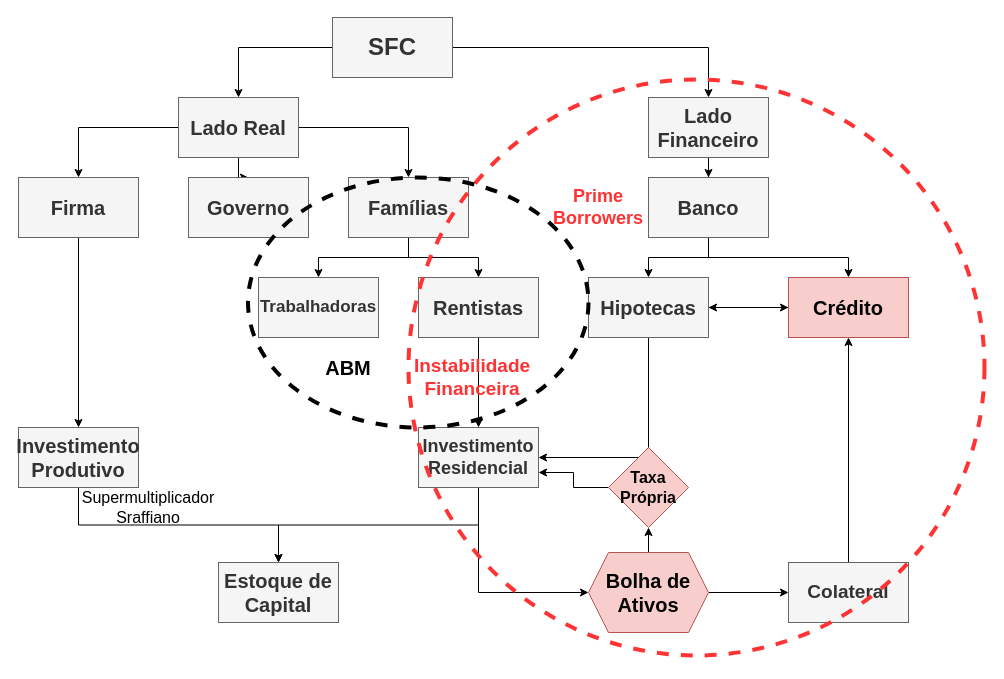
The draw.io diagram Fapesp/AB_SFC.drawio in gpetrini/PhD, before the edit. Source tidied: cells renumbered, new cells numbered last; positions are measured from the earlier drawing's top-left corner, leaving out a move shared by most shapes. Both pictures are drawn from the tidied source at 100%, with x=0, y=0 at pixel (18, 17).
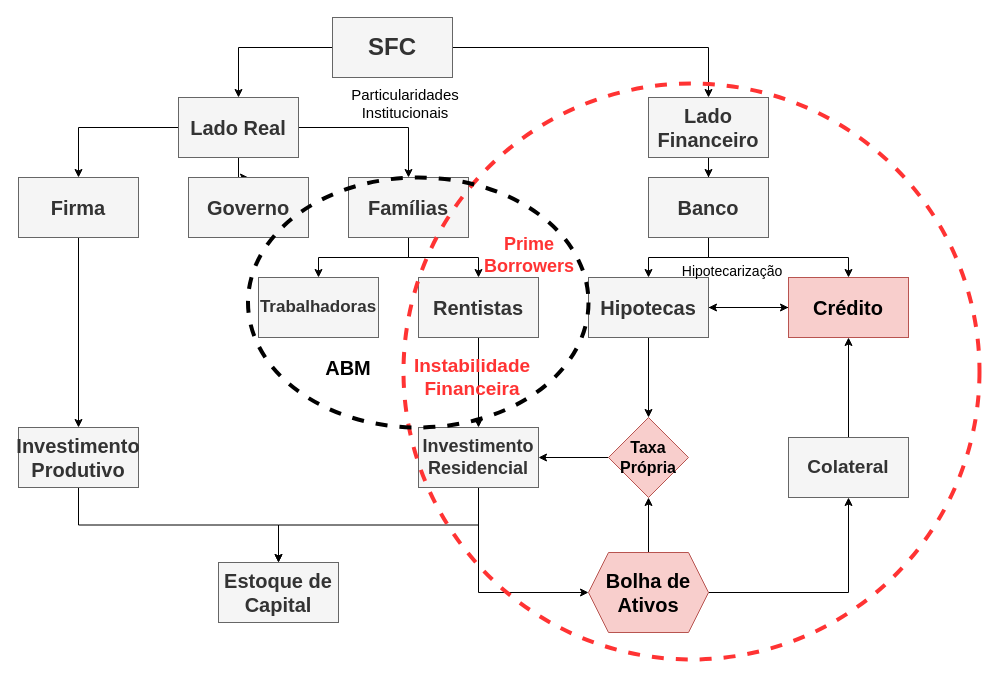
The same diagram, later.

Unchanged cells that the change refers to:
```xml
<mxCell id="27" value="&lt;div style=&quot;font-size: 18px&quot;&gt;&lt;font style=&quot;font-size: 18px&quot;&gt;&lt;b&gt;Investimento&lt;/b&gt;&lt;/font&gt;&lt;/div&gt;&lt;div style=&quot;font-size: 18px&quot;&gt;&lt;font style=&quot;font-size: 18px&quot;&gt;&lt;b&gt;Residencial&lt;/b&gt;&lt;/font&gt;&lt;/div&gt;" style="whiteSpace=wrap;html=1;rounded=0;fontColor=#333333;strokeColor=#666666;fillColor=#f5f5f5;" parent="1" vertex="1">
  <mxGeometry x="400" y="410" width="120" height="60" as="geometry" />
</mxCell>
<mxCell id="30" value="&lt;div style=&quot;font-size: 20px&quot;&gt;&lt;b&gt;&lt;font style=&quot;font-size: 20px&quot;&gt;Hipotecas&lt;/font&gt;&lt;/b&gt;&lt;/div&gt;" style="whiteSpace=wrap;html=1;rounded=0;fontColor=#333333;strokeColor=#666666;fillColor=#f5f5f5;" parent="1" vertex="1">
  <mxGeometry x="570" y="260" width="120" height="60" as="geometry" />
</mxCell>
<mxCell id="34" value="&lt;div style=&quot;font-size: 20px&quot;&gt;&lt;font style=&quot;font-size: 20px&quot;&gt;&lt;b&gt;Bolha de&lt;/b&gt;&lt;/font&gt;&lt;/div&gt;&lt;div style=&quot;font-size: 20px&quot;&gt;&lt;font style=&quot;font-size: 20px&quot;&gt;&lt;b&gt;Ativos&lt;br&gt;&lt;/b&gt;&lt;/font&gt;&lt;/div&gt;" style="shape=hexagon;perimeter=hexagonPerimeter2;whiteSpace=wrap;html=1;fixedSize=1;fillColor=#f8cecc;strokeColor=#b85450;" parent="1" vertex="1">
  <mxGeometry x="570" y="535" width="120" height="80" as="geometry" />
</mxCell>
```

Diff of the diagram source:
```diff
@@
-    <mxCell id="28" style="edgeStyle=orthogonalEdgeStyle;rounded=0;jettySize=auto;html=1;exitX=0.5;exitY=1;exitDx=0;exitDy=0;entryX=1;entryY=0.5;entryDx=0;entryDy=0;" parent="1" edge="1" source="30" target="27">
-      <mxGeometry relative="1" as="geometry" />
-    </mxCell>
@@
+    <mxCell id="47" style="edgeStyle=orthogonalEdgeStyle;rounded=0;jettySize=auto;html=1;exitX=0.5;exitY=1;exitDx=0;exitDy=0;entryX=0.5;entryY=0;entryDx=0;entryDy=0;" parent="1" edge="1" source="30" target="41">
+      <mxGeometry relative="1" as="geometry" />
+    </mxCell>
@@
+    <mxCell id="33" style="edgeStyle=orthogonalEdgeStyle;rounded=0;jettySize=auto;html=1;exitX=0.5;exitY=0;exitDx=0;exitDy=0;" parent="1" edge="1" source="34" target="41">
+      <mxGeometry relative="1" as="geometry" />
+    </mxCell>
-    <mxCell id="32" style="edgeStyle=orthogonalEdgeStyle;rounded=0;jettySize=auto;html=1;exitX=1;exitY=0.5;exitDx=0;exitDy=0;entryX=0;entryY=0.5;entryDx=0;entryDy=0;" parent="1" edge="1" source="34" target="36">
+    <mxCell id="32" style="edgeStyle=orthogonalEdgeStyle;rounded=0;jettySize=auto;html=1;exitX=1;exitY=0.5;exitDx=0;exitDy=0;entryX=0.5;entryY=1;entryDx=0;entryDy=0;" parent="1" edge="1" source="34" target="36">
       <mxGeometry relative="1" as="geometry" />
     </mxCell>
-    <mxCell id="33" style="edgeStyle=orthogonalEdgeStyle;rounded=0;jettySize=auto;html=1;exitX=0.5;exitY=0;exitDx=0;exitDy=0;" parent="1" edge="1" source="34" target="41">
-      <mxGeometry relative="1" as="geometry" />
-    </mxCell>
@@
     <mxCell id="36" value="&lt;font style=&quot;font-size: 19px&quot;&gt;&lt;b&gt;Colateral&lt;/b&gt;&lt;/font&gt;" style="whiteSpace=wrap;html=1;rounded=0;fontColor=#333333;strokeColor=#666666;fillColor=#f5f5f5;" parent="1" vertex="1">
-      <mxGeometry x="770" y="545" width="120" height="60" as="geometry" />
+      <mxGeometry x="770" y="420" width="120" height="60" as="geometry" />
     </mxCell>
@@
-    <mxCell id="39" value="&lt;div style=&quot;font-size: 16px&quot;&gt;&lt;font style=&quot;font-size: 16px&quot;&gt;Supermultiplicador&lt;/font&gt;&lt;/div&gt;&lt;div style=&quot;font-size: 16px&quot;&gt;&lt;font style=&quot;font-size: 16px&quot;&gt;Sraffiano&lt;br&gt;&lt;/font&gt;&lt;/div&gt;" style="text;html=1;strokeColor=none;fillColor=none;align=center;verticalAlign=middle;whiteSpace=wrap;rounded=0;" parent="1" vertex="1">
-      <mxGeometry x="110" y="480" width="40" height="20" as="geometry" />
-    </mxCell>
-    <mxCell id="40" style="edgeStyle=orthogonalEdgeStyle;rounded=0;jettySize=auto;html=1;exitX=0;exitY=0.5;exitDx=0;exitDy=0;entryX=1;entryY=0.75;entryDx=0;entryDy=0;" parent="1" edge="1" source="41" target="27">
+    <mxCell id="40" style="edgeStyle=orthogonalEdgeStyle;rounded=0;jettySize=auto;html=1;exitX=0;exitY=0.5;exitDx=0;exitDy=0;entryX=1;entryY=0.5;entryDx=0;entryDy=0;" parent="1" edge="1" source="41" target="27">
       <mxGeometry relative="1" as="geometry" />
     </mxCell>
     <mxCell id="41" value="&lt;div style=&quot;font-size: 16px&quot;&gt;&lt;b&gt;&lt;font style=&quot;font-size: 16px&quot;&gt;Taxa&lt;/font&gt;&lt;/b&gt;&lt;/div&gt;&lt;div style=&quot;font-size: 16px&quot;&gt;&lt;b&gt;&lt;font style=&quot;font-size: 16px&quot;&gt;Própria&lt;br&gt;&lt;/font&gt;&lt;/b&gt;&lt;/div&gt;" style="rhombus;whiteSpace=wrap;html=1;fillColor=#f8cecc;strokeColor=#b85450;" parent="1" vertex="1">
-      <mxGeometry x="590" y="430" width="80" height="80" as="geometry" />
+      <mxGeometry x="590" y="400" width="80" height="80" as="geometry" />
     </mxCell>
     <mxCell id="42" style="ellipse;whiteSpace=wrap;html=1;fillColor=none;dashed=1;strokeWidth=4;strokeColor=#FF3333;" parent="1" vertex="1">
-      <mxGeometry x="390" y="62" width="576" height="576" as="geometry" />
+      <mxGeometry x="385" y="66" width="576" height="576" as="geometry" />
     </mxCell>
     <mxCell id="43" value="&lt;div style=&quot;font-size: 18px&quot;&gt;&lt;b&gt;&lt;font style=&quot;font-size: 18px&quot; color=&quot;#FF3333&quot;&gt;Prime&lt;/font&gt;&lt;/b&gt;&lt;/div&gt;&lt;div style=&quot;font-size: 18px&quot;&gt;&lt;b&gt;&lt;font style=&quot;font-size: 18px&quot; color=&quot;#FF3333&quot;&gt;Borrowers&lt;/font&gt;&lt;/b&gt;&lt;br&gt;&lt;/div&gt;" style="text;html=1;strokeColor=none;fillColor=none;align=center;verticalAlign=middle;whiteSpace=wrap;rounded=0;dashed=1;" parent="1" vertex="1">
-      <mxGeometry x="560" y="180" width="40" height="20" as="geometry" />
+      <mxGeometry x="491" y="228" width="40" height="20" as="geometry" />
     </mxCell>
@@
+    <mxCell id="48" value="&lt;div style=&quot;font-size: 15px&quot;&gt;&lt;font style=&quot;font-size: 15px&quot;&gt;Particularidades&lt;/font&gt;&lt;/div&gt;&lt;div style=&quot;font-size: 15px&quot;&gt;&lt;font style=&quot;font-size: 15px&quot;&gt;Institucionais&lt;/font&gt;&lt;br&gt;&lt;/div&gt;" style="text;html=1;strokeColor=none;fillColor=none;align=center;verticalAlign=middle;whiteSpace=wrap;rounded=0;" parent="1" vertex="1">
+      <mxGeometry x="334" y="64" width="106" height="44" as="geometry" />
+    </mxCell>
+    <mxCell id="49" value="&lt;font style=&quot;font-size: 14px&quot;&gt;Hipotecarização&lt;/font&gt;" style="text;html=1;strokeColor=none;fillColor=none;align=center;verticalAlign=middle;whiteSpace=wrap;rounded=0;" parent="1" vertex="1">
+      <mxGeometry x="694" y="244" width="40" height="20" as="geometry" />
+    </mxCell>
```
